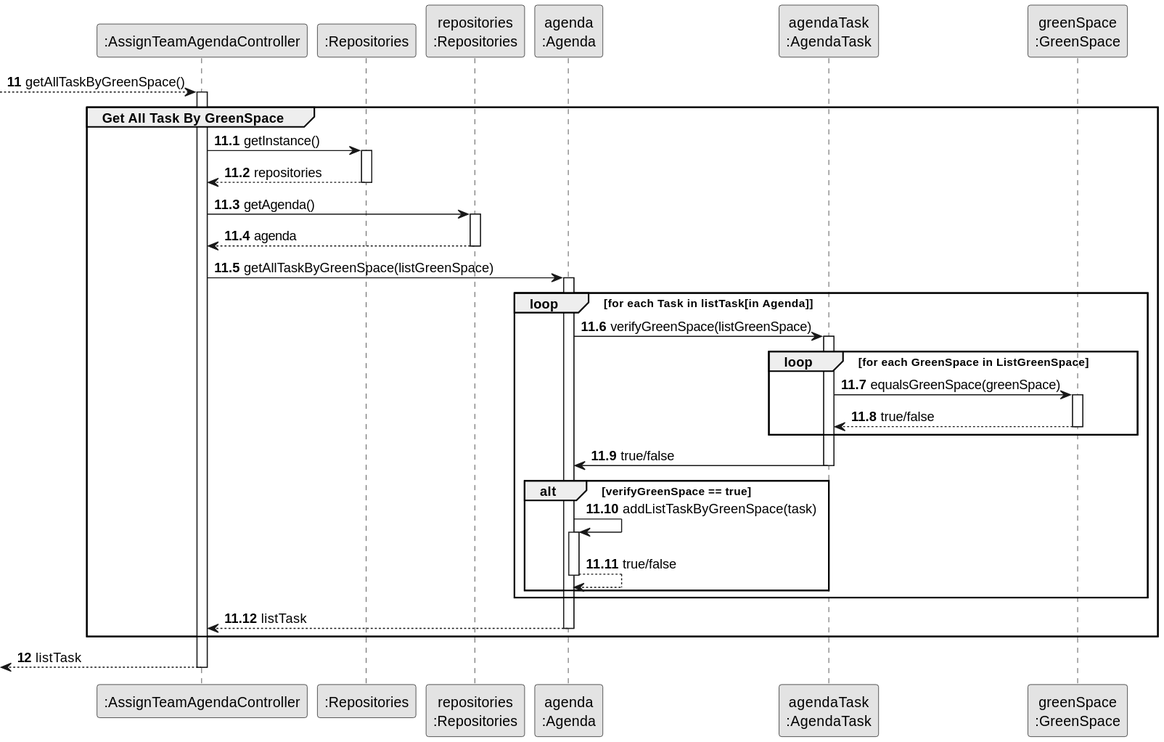
The PlantUML diagram docs/sprint3/us23/03.design/svg/us23-partial-sequence-diagram-get-all-GreenSpace-By-GSM.svg in Departamento-de-Engenharia-Informatica/lei-24-s2-1db-g022, before a commit.
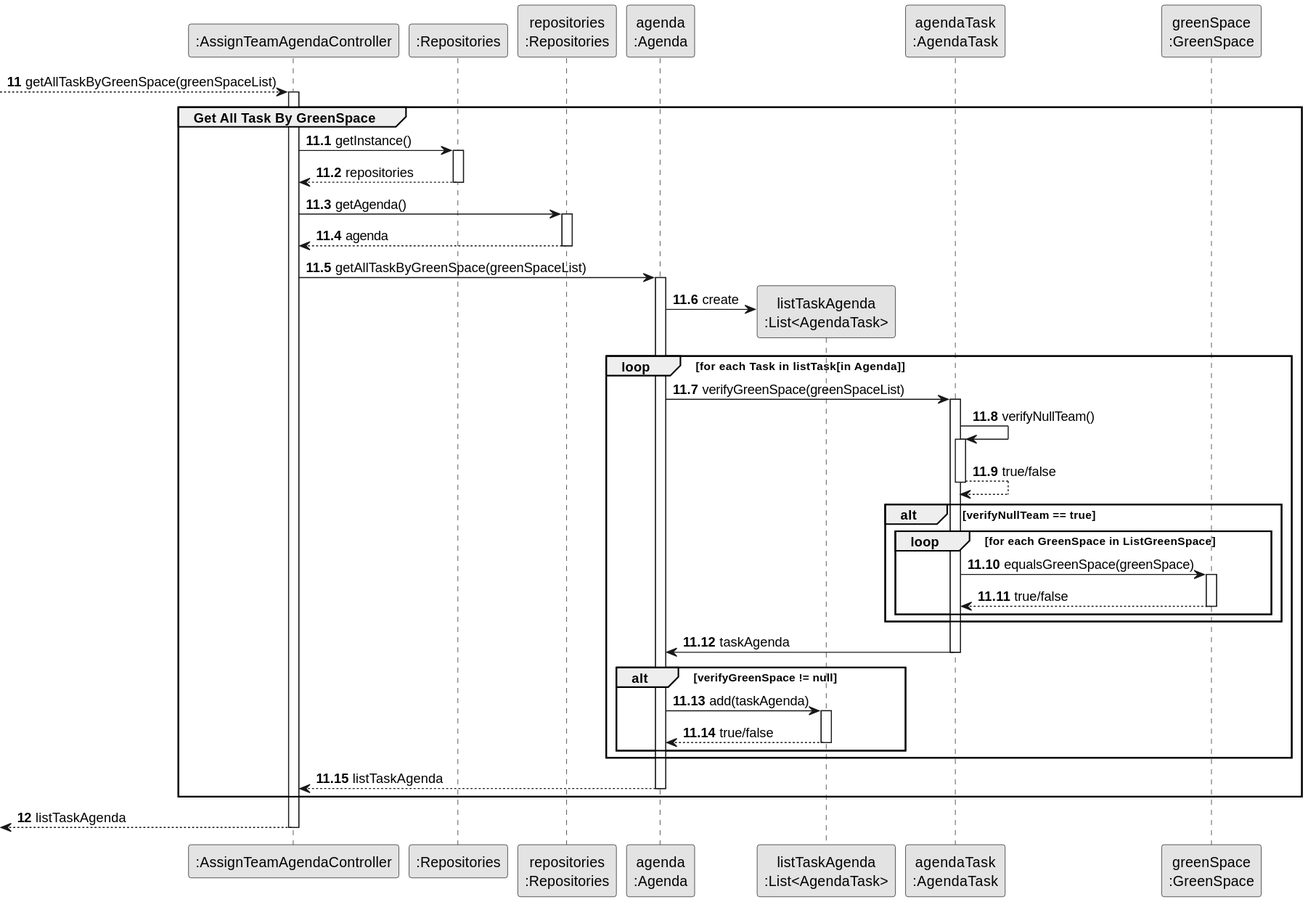
The same diagram one commit later.

What changed in the source:
```diff
@@ -7,12 +7,13 @@
 participant ":Repositories" as RepositorySingleton
 participant "repositories\n:Repositories" as PLAT
 participant "agenda\n:Agenda" as AGENDA
+participant "listTaskAgenda\n:List<AgendaTask>" as LSTASK
 participant "agendaTask\n:AgendaTask" as TASK
 participant "greenSpace\n:GreenSpace" as GREENSPACE
 
 autonumber 11
 
---> CTRL : getAllTaskByGreenSpace()
+--> CTRL : getAllTaskByGreenSpace(greenSpaceList)
 
 autonumber 11.1
 
@@ -36,15 +37,28 @@
 
 deactivate PLAT
 
-CTRL -> AGENDA : getAllTaskByGreenSpace(listGreenSpace)
+CTRL -> AGENDA : getAllTaskByGreenSpace(greenSpaceList)
+
 
 activate AGENDA
 
+AGENDA -> LSTASK** : create
+
 loop for each Task in listTask[in Agenda]
 
-AGENDA -> TASK : verifyGreenSpace(listGreenSpace)
+AGENDA -> TASK : verifyGreenSpace(greenSpaceList)
 
 activate TASK
+
+TASK -> TASK : verifyNullTeam()
+
+activate TASK
+
+TASK --> TASK : true/false
+
+deactivate TASK
+
+alt verifyNullTeam == true
 
 loop for each GreenSpace in ListGreenSpace
 
@@ -58,25 +72,26 @@
 
 end
 
-TASK -> AGENDA : true/false
+end
+TASK -> AGENDA : taskAgenda
 
 deactivate TASK
 
-alt verifyGreenSpace == true
+alt verifyGreenSpace != null
 
-AGENDA -> AGENDA : addListTaskByGreenSpace(task)
+AGENDA -> LSTASK : add(taskAgenda)
 
-activate AGENDA
+activate LSTASK
 
-AGENDA --> AGENDA : true/false
+LSTASK --> AGENDA : true/false
 
-deactivate AGENDA
+deactivate LSTASK
 
 end
 
 end
 
-AGENDA --> CTRL : listTask
+AGENDA --> CTRL : listTaskAgenda
 
 deactivate AGENDA
 
@@ -84,7 +99,7 @@
 
 autonumber 12
 
-<--CTRL : listTask
+<--CTRL : listTaskAgenda
 
 deactivate CTRL
 @enduml
```
